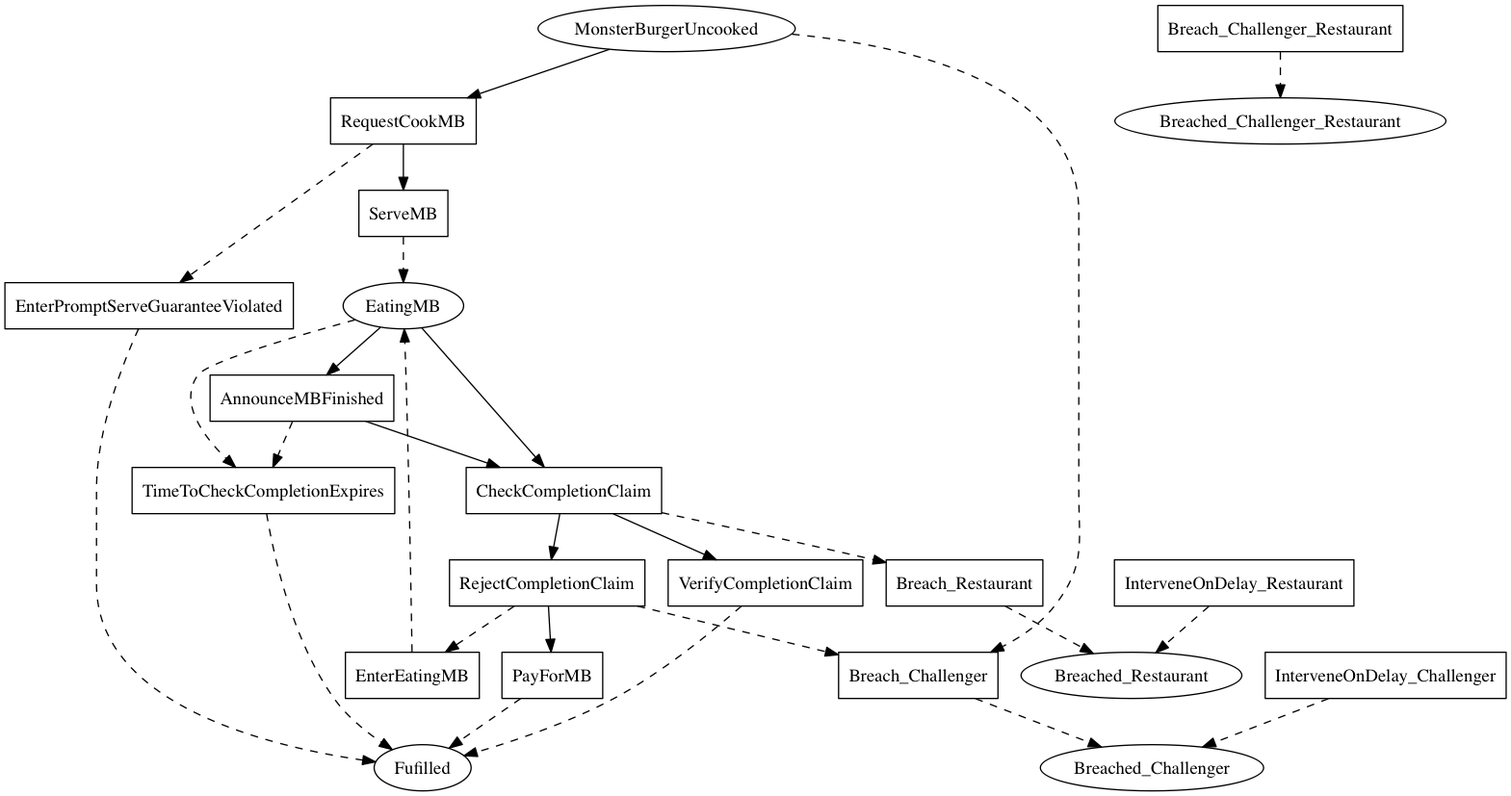
The Graphviz diagram linear_state_machine_language/pyL4/examples/out_graphviz/toy_and_teaching/monster_burger_program_only.png in Marcao02/complaw-deeptech, before a commit. Its source is kept beside it as linear_state_machine_language/pyL4/examples/out_graphviz/toy_and_teaching/monster_burger_program_only.dot.
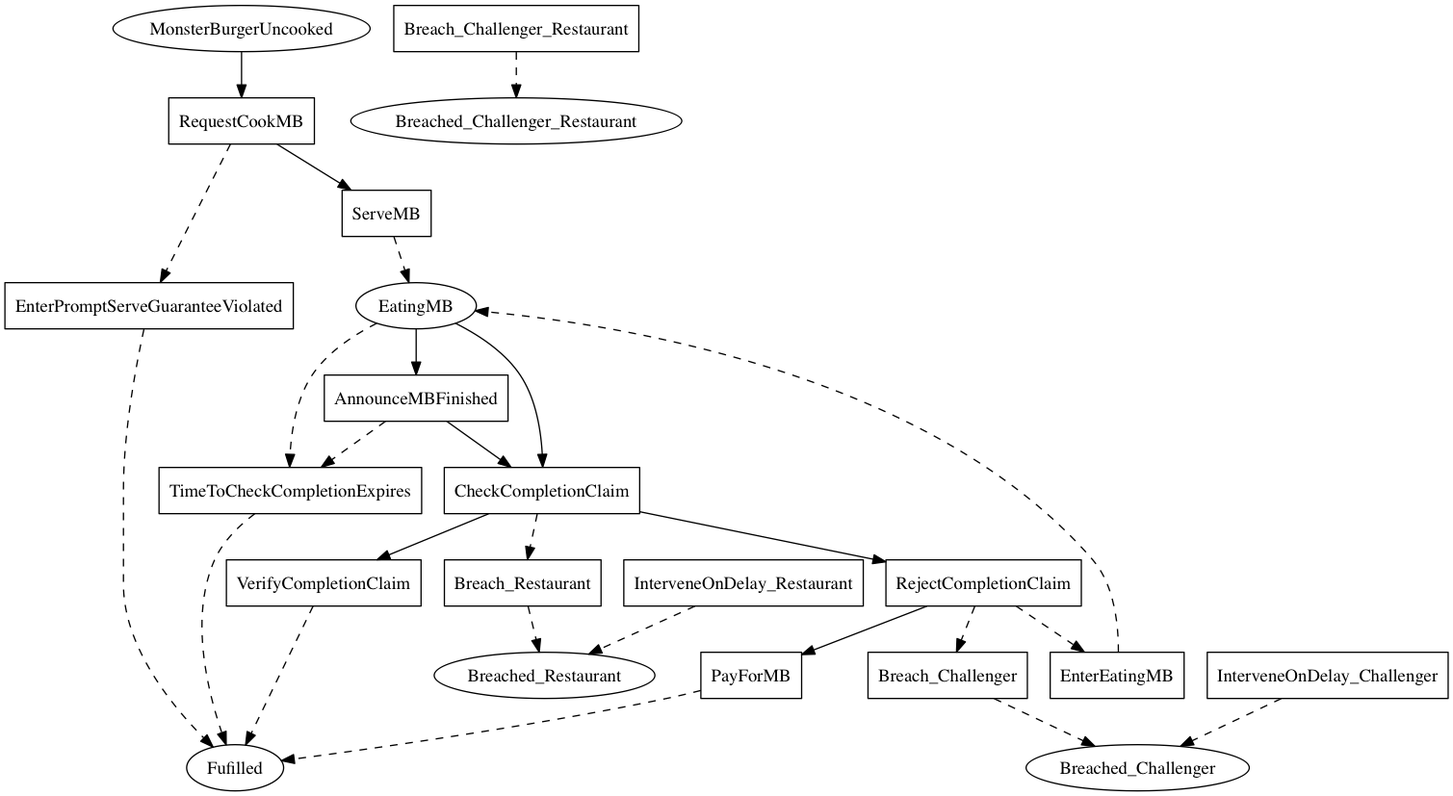
The same diagram one commit later.

Change to the diagram source:
```diff
@@ -27,7 +27,6 @@
 
 
     MonsterBurgerUncooked -> RequestCookMB;
-	MonsterBurgerUncooked -> Breach_Challenger [style=dashed];
 	RequestCookMB -> ServeMB;
 	RequestCookMB -> EnterPromptServeGuaranteeViolated [style=dashed];
 	EatingMB -> AnnounceMBFinished;
```
